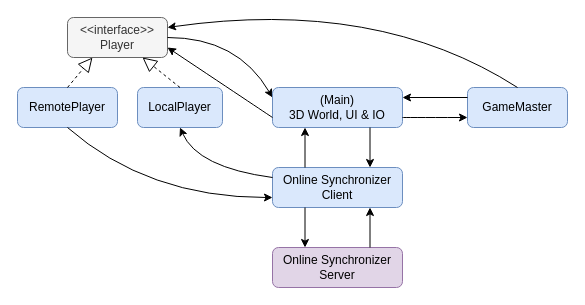
This is docs/process_architecture.drawio from joonashalinen/bloxu, a draw.io file, before an edit. Source tidied: cells renumbered, new cells numbered last; positions are measured from the earlier drawing's top-left corner, leaving out a move shared by most shapes. Both pictures are drawn from the tidied source at 100%, with x=0, y=0 at pixel (17, -3).
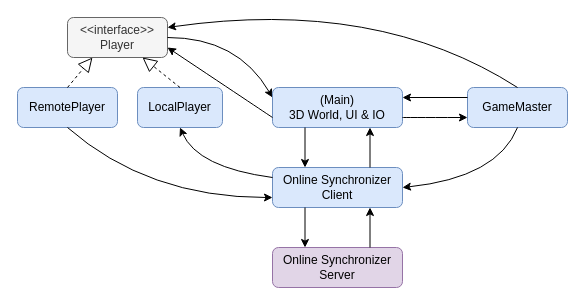
The same diagram, later.

The change refers to these unchanged cells:
```xml
<mxCell id="3" value="GameMaster" style="rounded=1;whiteSpace=wrap;html=1;fillColor=#dae8fc;strokeColor=#6c8ebf;" parent="1" vertex="1">
  <mxGeometry x="450" y="90" width="100" height="40" as="geometry" />
</mxCell>
<mxCell id="7" value="(Main)&lt;br&gt;3D World, UI &amp;amp; IO" style="rounded=1;whiteSpace=wrap;html=1;fillColor=#dae8fc;strokeColor=#6c8ebf;" parent="1" vertex="1">
  <mxGeometry x="255" y="90" width="130" height="40" as="geometry" />
</mxCell>
<mxCell id="8" value="Online Synchronizer Client" style="rounded=1;whiteSpace=wrap;html=1;fillColor=#dae8fc;strokeColor=#6c8ebf;" parent="1" vertex="1">
  <mxGeometry x="255" y="170" width="130" height="40" as="geometry" />
</mxCell>
```

The edit, as a diff of the source:
```diff
@@
-    <mxCell id="10" style="endArrow=classic;html=1;rounded=0;entryX=0.25;entryY=1;entryDx=0;entryDy=0;exitX=0.25;exitY=0;exitDx=0;exitDy=0;" parent="1" edge="1" source="8" target="7">
+    <mxCell id="10" style="endArrow=classic;html=1;rounded=0;entryX=0.75;entryY=1;entryDx=0;entryDy=0;exitX=0.75;exitY=0;exitDx=0;exitDy=0;" parent="1" edge="1" source="8" target="7">
       <mxGeometry relative="1" as="geometry" />
     </mxCell>
@@
-    <mxCell id="18" style="endArrow=classic;html=1;rounded=0;entryX=0.75;entryY=0;entryDx=0;entryDy=0;exitX=0.75;exitY=1;exitDx=0;exitDy=0;" parent="1" edge="1" source="7" target="8">
-      <mxGeometry relative="1" as="geometry" />
-    </mxCell>
@@
+    <mxCell id="22" style="endArrow=classic;html=1;exitX=0.5;exitY=1;exitDx=0;exitDy=0;curved=1;entryX=1;entryY=0.5;entryDx=0;entryDy=0;" parent="1" edge="1" source="3" target="8">
+      <mxGeometry relative="1" as="geometry">
+        <Array as="points">
+          <mxPoint x="480" y="180" />
+        </Array>
+      </mxGeometry>
+    </mxCell>
+    <mxCell id="18" style="endArrow=classic;html=1;rounded=0;entryX=0.25;entryY=0;entryDx=0;entryDy=0;exitX=0.25;exitY=1;exitDx=0;exitDy=0;" parent="1" edge="1" source="7" target="8">
+      <mxGeometry relative="1" as="geometry" />
+    </mxCell>
```
